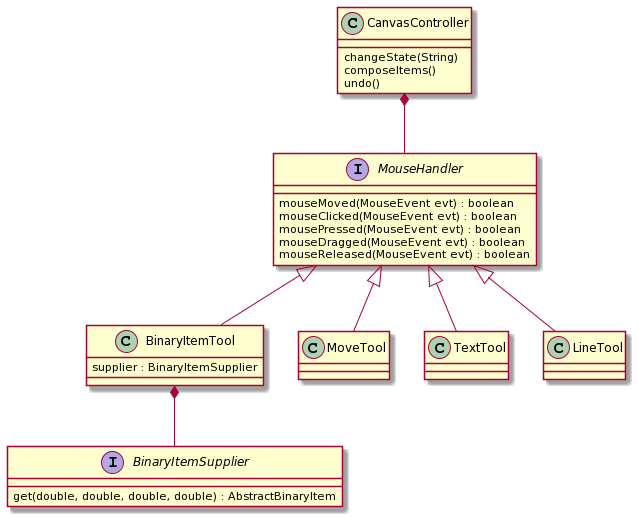
Earlier version of the PlantUML export OOD/cc.png (Hoyyyywolf/Images).
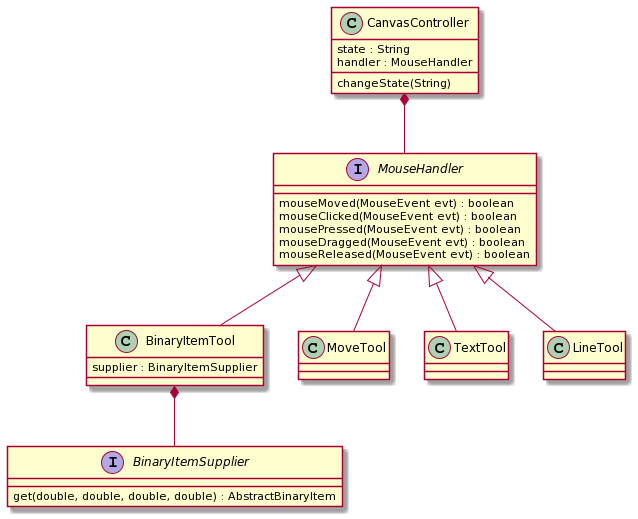
After the commit.

What changed in the source:
```diff
@@ -16,9 +16,9 @@
 }
 
 class CanvasController {
+state : String
+handler : MouseHandler
 changeState(String)
-composeItems()
-undo()
 }
 
 MouseHandler <|-- BinaryItemTool
```
